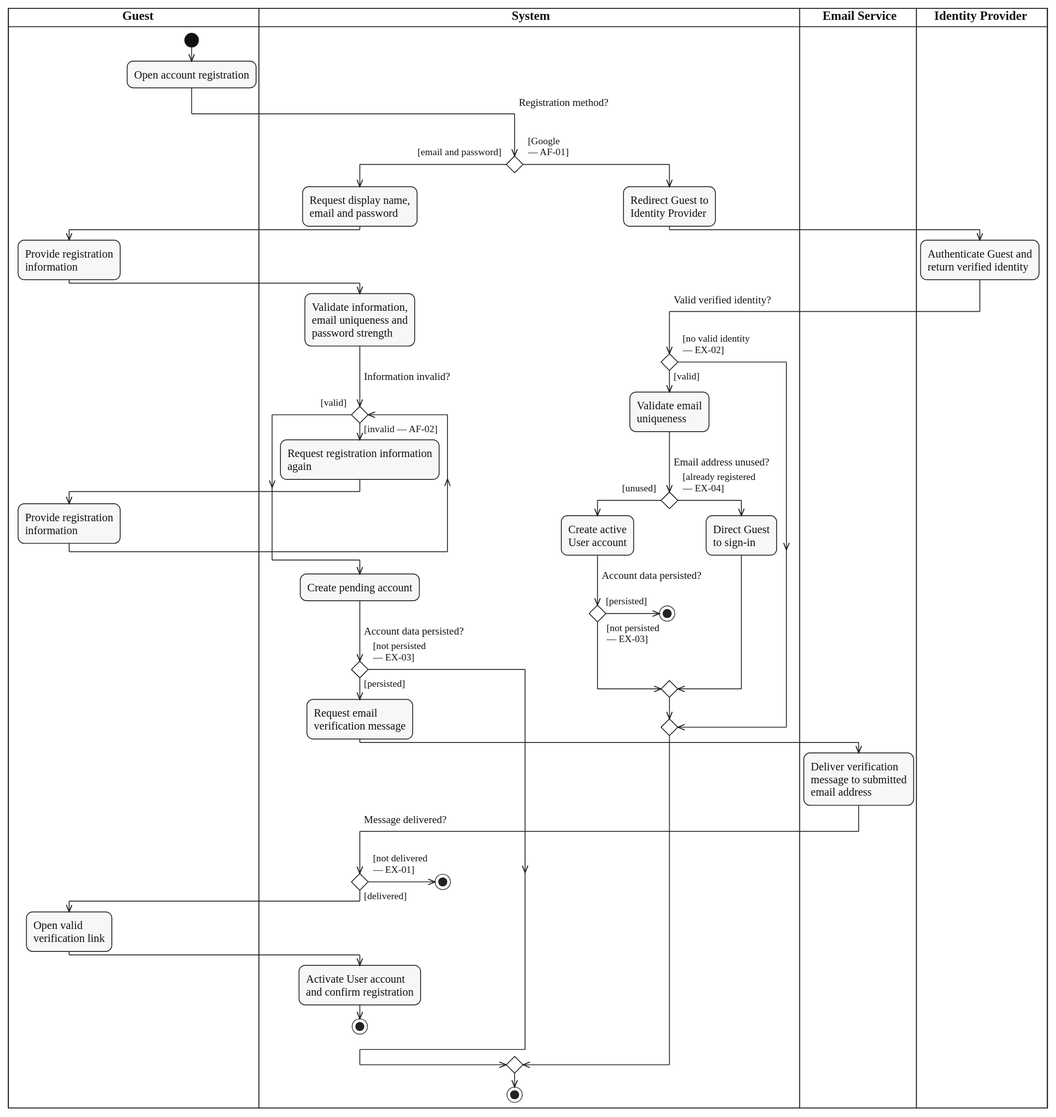
Earlier version of the PlantUML export diagrams/activity/account-authentication/svg/UC-ACCOUNT-REGISTER.svg (lukenab/swd392-doc-automation). Its source is kept beside it as diagrams/activity/account-authentication/source/UC-ACCOUNT-REGISTER.puml.
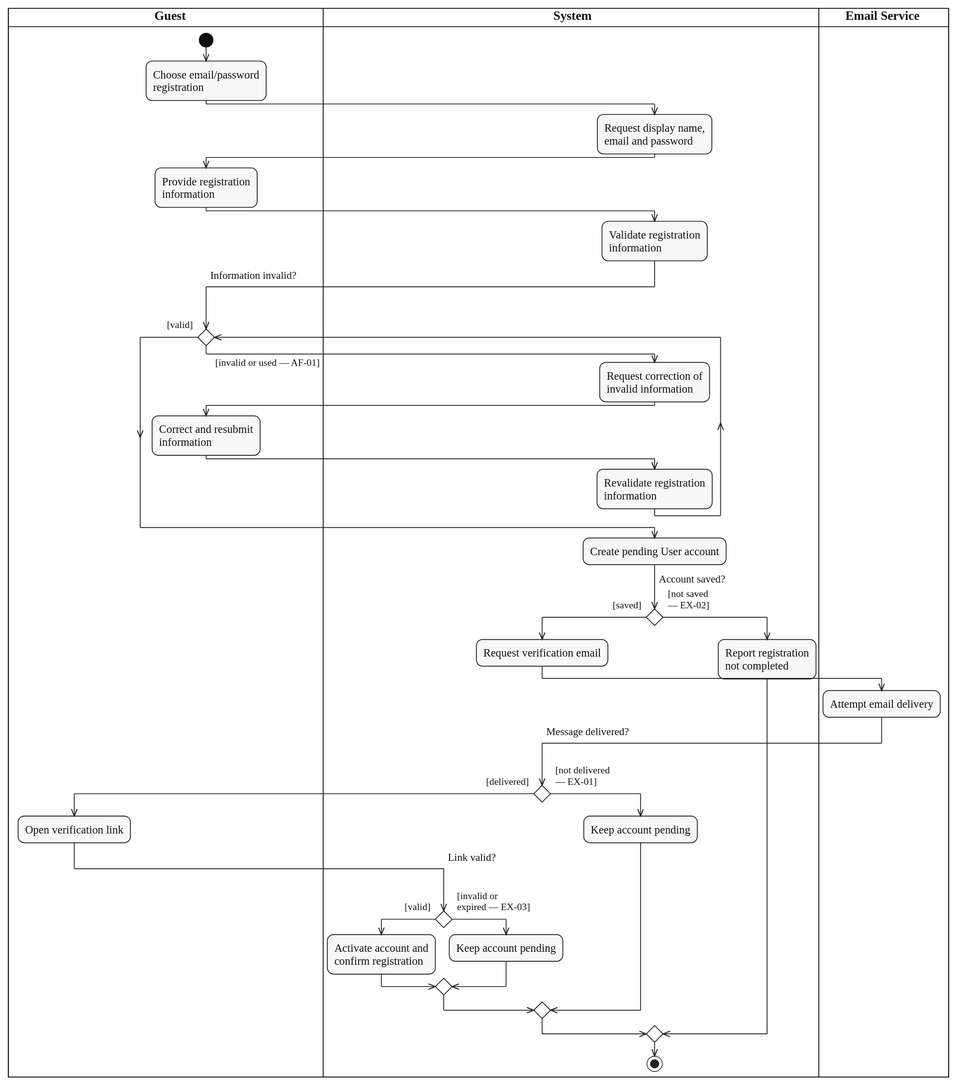
Later version of the same file.

Diff of the diagram source:
```diff
@@ -3,77 +3,58 @@
 |GST| $lane_title("Guest")
 |SYS| $lane_title("System")
 |EML| $lane_title("Email Service")
-|IDP| $lane_title("Identity Provider")
 
 |GST|
 start
-:Open account registration;
+:Choose email/password
+registration;
 |SYS|
-if ($question_x("Registration method?")) then ($guard_left("[email and password]"))
-  :Request display name,
-  email and password;
+:Request display name,
+email and password;
+|GST|
+:Provide registration
+information;
+|SYS|
+:Validate registration
+information;
+|GST|
+while ($question_x("Information invalid?")) is ($guard_right("", "[invalid or used — AF-01]"))
+  |SYS|
+  :Request correction of
+  invalid information;
   |GST|
-  :Provide registration
+  :Correct and resubmit
   information;
   |SYS|
-  :Validate information,
-  email uniqueness and
-  password strength;
-  while ($question("Information invalid?")) is ($guard_left("[invalid — AF-02]"))
-    :Request registration information
-    again;
+  :Revalidate registration
+  information;
+  |GST|
+endwhile ($guard("[valid]"))
+|SYS|
+:Create pending User account;
+if ($question("Account saved?")) then ($guard_left("[saved]"))
+  :Request verification email;
+  |EML|
+  :Attempt email delivery;
+  |SYS|
+  if ($question_x("Message delivered?")) then ($guard_left("[delivered]"))
     |GST|
-    :Provide registration
-    information;
+    :Open verification link;
     |SYS|
-  endwhile ($guard("[valid]"))
-  :Create pending account;
-  if ($question("Account data persisted?")) then ($guard_left("[persisted]"))
-    :Request email
-    verification message;
-    |EML|
-    :Deliver verification
-    message to submitted
-    email address;
+    if ($question_x("Link valid?")) then ($guard_left("[valid]"))
+      :Activate account and
+      confirm registration;
+    else ($guard_right("[invalid or", "expired — EX-03]"))
+      :Keep account pending;
+    endif
+  else ($guard_right("[not delivered", "— EX-01]"))
     |SYS|
-    if ($question_x("Message delivered?")) then ($guard_left("[delivered]"))
-      |GST|
-      :Open valid
-      verification link;
-      |SYS|
-      :Activate User account
-      and confirm registration;
-      stop
-    else ($guard_right("[not delivered", "— EX-01]"))
-      |SYS|
-      stop
-    endif
-  else ($guard_right("[not persisted", "— EX-03]"))
+    :Keep account pending;
   endif
-else ($guard_right("[Google", "— AF-01]"))
+else ($guard_right("[not saved", "— EX-02]"))
   |SYS|
-  :Redirect Guest to
-  Identity Provider;
-  |IDP|
-  :Authenticate Guest and
-  return verified identity;
-  |SYS|
-  if ($question_x("Valid verified identity?")) then ($guard_left("[valid]"))
-    :Validate email
-    uniqueness;
-    if ($question("Email address unused?")) then ($guard_left("[unused]"))
-      :Create active
-      User account;
-      if ($question("Account data persisted?")) then ($guard_left("[persisted]"))
-        stop
-      else ($guard_right("[not persisted", "— EX-03]"))
-      endif
-    else ($guard_right("[already registered", "— EX-04]"))
-      :Direct Guest
-      to sign-in;
-    endif
-  else ($guard_right("[no valid identity", "— EX-02]"))
-  endif
+  :Report registration
+  not completed;
 endif
 |SYS|
 stop
```
